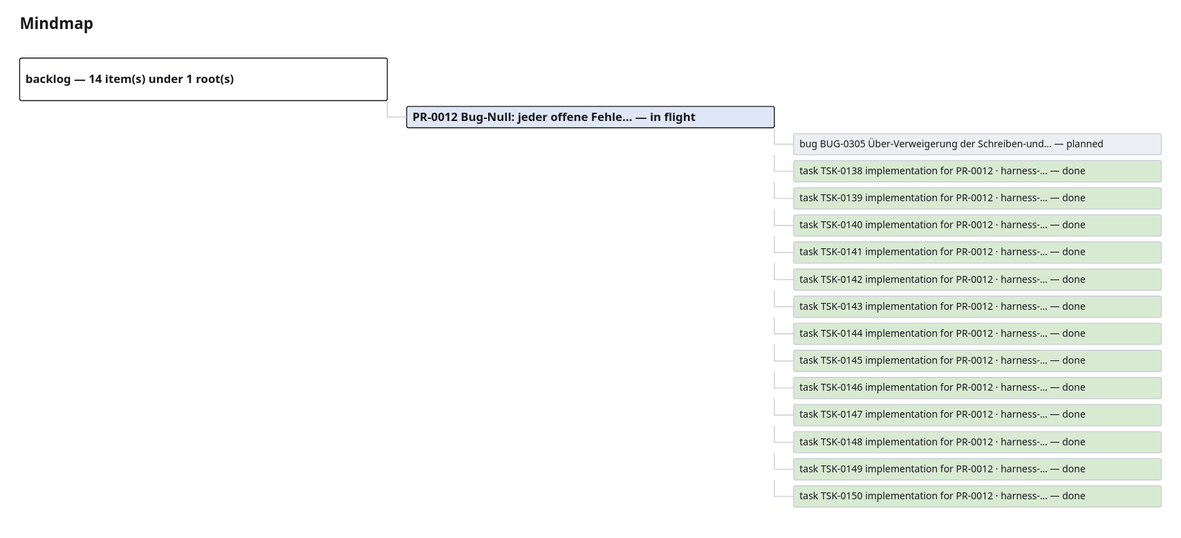
This is project_memory/generated/mindmap.drawio.svg from GiaZenX/harness, a draw.io export, as it was before one commit. Source tidied: cells renumbered, new cells last; positions are measured from the earlier drawing's top-left corner, leaving out a move shared by most shapes.
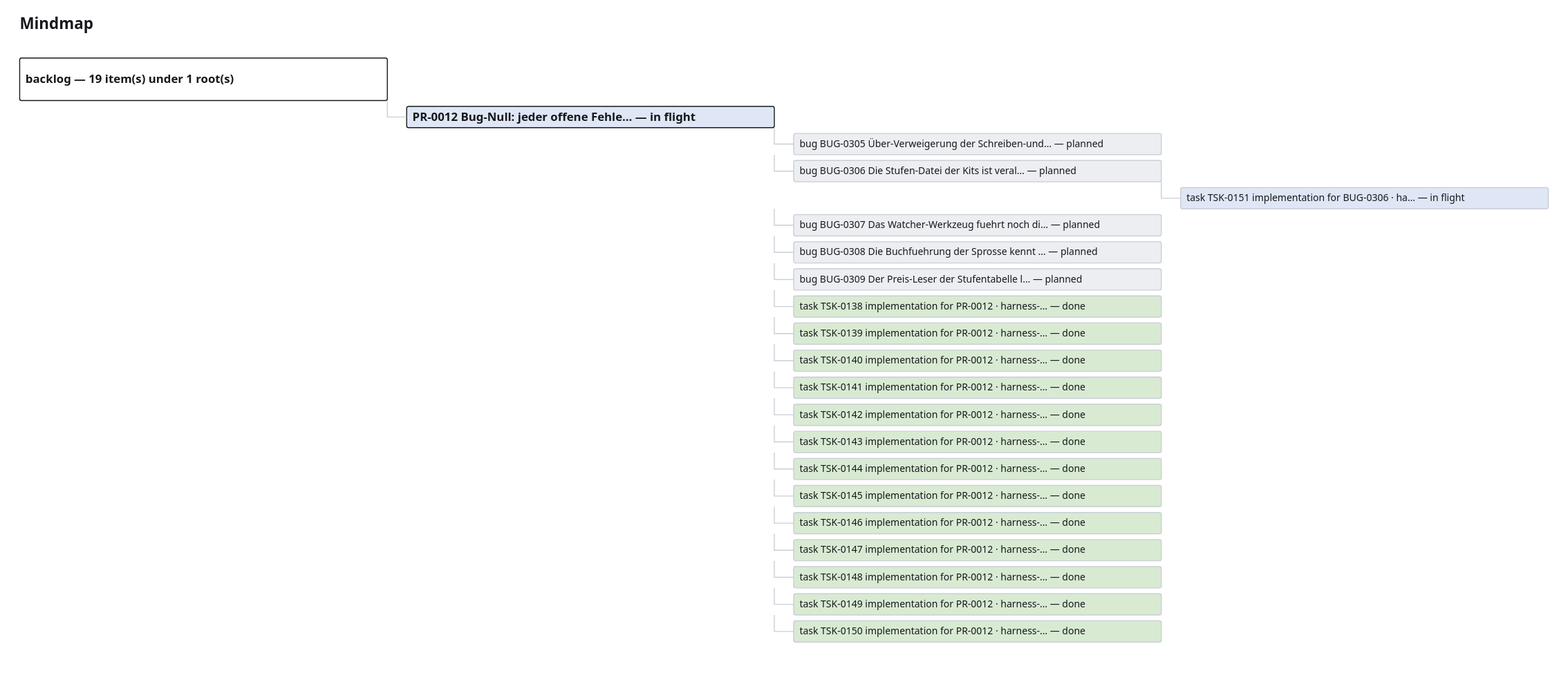
The same file after the commit.

Diff of the diagram source:
```diff
@@ -5,7 +5,7 @@
     <mxCell id="2" value="Mindmap" style="text;html=1;fontSize=16;fontStyle=1;" parent="1" vertex="1">
       <mxGeometry width="300" height="20" as="geometry" />
     </mxCell>
-    <mxCell id="3" value="backlog — 14 item(s) under 1 root(s)" style="rounded=1;whiteSpace=wrap;html=1;fillColor=#ffffff;strokeColor=#16181c;fontSize=12;fontStyle=1;" parent="1" vertex="1">
+    <mxCell id="3" value="backlog — 19 item(s) under 1 root(s)" style="rounded=1;whiteSpace=wrap;html=1;fillColor=#ffffff;strokeColor=#16181c;fontSize=12;fontStyle=1;" parent="1" vertex="1">
       <mxGeometry y="44" width="380" height="44" as="geometry" />
     </mxCell>
     <mxCell id="4" value="PR-0012 Bug-Null: jeder offene Fehle… — in flight" style="rounded=1;whiteSpace=wrap;html=1;fillColor=#dfe6f5;strokeColor=#16181c;fontSize=12;fontStyle=1;" parent="1" vertex="1">
@@ -20,83 +20,113 @@
     <mxCell id="7" style="edgeStyle=orthogonalEdgeStyle;endArrow=none;strokeColor=#c9ced6;" parent="1" edge="1" source="4" target="6">
       <mxGeometry relative="1" as="geometry" />
     </mxCell>
-    <mxCell id="8" value="task TSK-0138 implementation for PR-0012 · harness-… — done" style="rounded=1;whiteSpace=wrap;html=1;fillColor=#d9ead3;strokeColor=#c9ced6;fontSize=10;" parent="1" vertex="1">
+    <mxCell id="8" value="bug BUG-0306 Die Stufen-Datei der Kits ist veral… — planned" style="rounded=1;whiteSpace=wrap;html=1;fillColor=#eceef1;strokeColor=#c9ced6;fontSize=10;" parent="1" vertex="1">
       <mxGeometry x="800" y="150" width="380" height="22" as="geometry" />
     </mxCell>
     <mxCell id="9" style="edgeStyle=orthogonalEdgeStyle;endArrow=none;strokeColor=#c9ced6;" parent="1" edge="1" source="4" target="8">
       <mxGeometry relative="1" as="geometry" />
     </mxCell>
-    <mxCell id="10" value="task TSK-0139 implementation for PR-0012 · harness-… — done" style="rounded=1;whiteSpace=wrap;html=1;fillColor=#d9ead3;strokeColor=#c9ced6;fontSize=10;" parent="1" vertex="1">
-      <mxGeometry x="800" y="178" width="380" height="22" as="geometry" />
+    <mxCell id="10" value="task TSK-0151 implementation for BUG-0306 · ha… — in flight" style="rounded=1;whiteSpace=wrap;html=1;fillColor=#dfe6f5;strokeColor=#c9ced6;fontSize=10;" parent="1" vertex="1">
+      <mxGeometry x="1200" y="178" width="380" height="22" as="geometry" />
     </mxCell>
-    <mxCell id="11" style="edgeStyle=orthogonalEdgeStyle;endArrow=none;strokeColor=#c9ced6;" parent="1" edge="1" source="4" target="10">
+    <mxCell id="11" style="edgeStyle=orthogonalEdgeStyle;endArrow=none;strokeColor=#c9ced6;" parent="1" edge="1" source="8" target="10">
       <mxGeometry relative="1" as="geometry" />
     </mxCell>
-    <mxCell id="12" value="task TSK-0140 implementation for PR-0012 · harness-… — done" style="rounded=1;whiteSpace=wrap;html=1;fillColor=#d9ead3;strokeColor=#c9ced6;fontSize=10;" parent="1" vertex="1">
+    <mxCell id="12" value="bug BUG-0307 Das Watcher-Werkzeug fuehrt noch di… — planned" style="rounded=1;whiteSpace=wrap;html=1;fillColor=#eceef1;strokeColor=#c9ced6;fontSize=10;" parent="1" vertex="1">
       <mxGeometry x="800" y="206" width="380" height="22" as="geometry" />
     </mxCell>
     <mxCell id="13" style="edgeStyle=orthogonalEdgeStyle;endArrow=none;strokeColor=#c9ced6;" parent="1" edge="1" source="4" target="12">
       <mxGeometry relative="1" as="geometry" />
     </mxCell>
-    <mxCell id="14" value="task TSK-0141 implementation for PR-0012 · harness-… — done" style="rounded=1;whiteSpace=wrap;html=1;fillColor=#d9ead3;strokeColor=#c9ced6;fontSize=10;" parent="1" vertex="1">
+    <mxCell id="14" value="bug BUG-0308 Die Buchfuehrung der Sprosse kennt … — planned" style="rounded=1;whiteSpace=wrap;html=1;fillColor=#eceef1;strokeColor=#c9ced6;fontSize=10;" parent="1" vertex="1">
       <mxGeometry x="800" y="234" width="380" height="22" as="geometry" />
     </mxCell>
     <mxCell id="15" style="edgeStyle=orthogonalEdgeStyle;endArrow=none;strokeColor=#c9ced6;" parent="1" edge="1" source="4" target="14">
       <mxGeometry relative="1" as="geometry" />
     </mxCell>
-    <mxCell id="16" value="task TSK-0142 implementation for PR-0012 · harness-… — done" style="rounded=1;whiteSpace=wrap;html=1;fillColor=#d9ead3;strokeColor=#c9ced6;fontSize=10;" parent="1" vertex="1">
+    <mxCell id="16" value="bug BUG-0309 Der Preis-Leser der Stufentabelle l… — planned" style="rounded=1;whiteSpace=wrap;html=1;fillColor=#eceef1;strokeColor=#c9ced6;fontSize=10;" parent="1" vertex="1">
       <mxGeometry x="800" y="262" width="380" height="22" as="geometry" />
     </mxCell>
     <mxCell id="17" style="edgeStyle=orthogonalEdgeStyle;endArrow=none;strokeColor=#c9ced6;" parent="1" edge="1" source="4" target="16">
       <mxGeometry relative="1" as="geometry" />
     </mxCell>
-    <mxCell id="18" value="task TSK-0143 implementation for PR-0012 · harness-… — done" style="rounded=1;whiteSpace=wrap;html=1;fillColor=#d9ead3;strokeColor=#c9ced6;fontSize=10;" parent="1" vertex="1">
+    <mxCell id="18" value="task TSK-0138 implementation for PR-0012 · harness-… — done" style="rounded=1;whiteSpace=wrap;html=1;fillColor=#d9ead3;strokeColor=#c9ced6;fontSize=10;" parent="1" vertex="1">
       <mxGeometry x="800" y="290" width="380" height="22" as="geometry" />
     </mxCell>
     <mxCell id="19" style="edgeStyle=orthogonalEdgeStyle;endArrow=none;strokeColor=#c9ced6;" parent="1" edge="1" source="4" target="18">
       <mxGeometry relative="1" as="geometry" />
     </mxCell>
-    <mxCell id="20" value="task TSK-0144 implementation for PR-0012 · harness-… — done" style="rounded=1;whiteSpace=wrap;html=1;fillColor=#d9ead3;strokeColor=#c9ced6;fontSize=10;" parent="1" vertex="1">
+    <mxCell id="20" value="task TSK-0139 implementation for PR-0012 · harness-… — done" style="rounded=1;whiteSpace=wrap;html=1;fillColor=#d9ead3;strokeColor=#c9ced6;fontSize=10;" parent="1" vertex="1">
       <mxGeometry x="800" y="318" width="380" height="22" as="geometry" />
     </mxCell>
     <mxCell id="21" style="edgeStyle=orthogonalEdgeStyle;endArrow=none;strokeColor=#c9ced6;" parent="1" edge="1" source="4" target="20">
       <mxGeometry relative="1" as="geometry" />
     </mxCell>
-    <mxCell id="22" value="task TSK-0145 implementation for PR-0012 · harness-… — done" style="rounded=1;whiteSpace=wrap;html=1;fillColor=#d9ead3;strokeColor=#c9ced6;fontSize=10;" parent="1" vertex="1">
+    <mxCell id="22" value="task TSK-0140 implementation for PR-0012 · harness-… — done" style="rounded=1;whiteSpace=wrap;html=1;fillColor=#d9ead3;strokeColor=#c9ced6;fontSize=10;" parent="1" vertex="1">
       <mxGeometry x="800" y="346" width="380" height="22" as="geometry" />
     </mxCell>
     <mxCell id="23" style="edgeStyle=orthogonalEdgeStyle;endArrow=none;strokeColor=#c9ced6;" parent="1" edge="1" source="4" target="22">
       <mxGeometry relative="1" as="geometry" />
     </mxCell>
-    <mxCell id="24" value="task TSK-0146 implementation for PR-0012 · harness-… — done" style="rounded=1;whiteSpace=wrap;html=1;fillColor=#d9ead3;strokeColor=#c9ced6;fontSize=10;" parent="1" vertex="1">
+    <mxCell id="24" value="task TSK-0141 implementation for PR-0012 · harness-… — done" style="rounded=1;whiteSpace=wrap;html=1;fillColor=#d9ead3;strokeColor=#c9ced6;fontSize=10;" parent="1" vertex="1">
       <mxGeometry x="800" y="374" width="380" height="22" as="geometry" />
     </mxCell>
     <mxCell id="25" style="edgeStyle=orthogonalEdgeStyle;endArrow=none;strokeColor=#c9ced6;" parent="1" edge="1" source="4" target="24">
       <mxGeometry relative="1" as="geometry" />
     </mxCell>
-    <mxCell id="26" value="task TSK-0147 implementation for PR-0012 · harness-… — done" style="rounded=1;whiteSpace=wrap;html=1;fillColor=#d9ead3;strokeColor=#c9ced6;fontSize=10;" parent="1" vertex="1">
+    <mxCell id="26" value="task TSK-0142 implementation for PR-0012 · harness-… — done" style="rounded=1;whiteSpace=wrap;html=1;fillColor=#d9ead3;strokeColor=#c9ced6;fontSize=10;" parent="1" vertex="1">
       <mxGeometry x="800" y="402" width="380" height="22" as="geometry" />
     </mxCell>
     <mxCell id="27" style="edgeStyle=orthogonalEdgeStyle;endArrow=none;strokeColor=#c9ced6;" parent="1" edge="1" source="4" target="26">
       <mxGeometry relative="1" as="geometry" />
     </mxCell>
-    <mxCell id="28" value="task TSK-0148 implementation for PR-0012 · harness-… — done" style="rounded=1;whiteSpace=wrap;html=1;fillColor=#d9ead3;strokeColor=#c9ced6;fontSize=10;" parent="1" vertex="1">
+    <mxCell id="28" value="task TSK-0143 implementation for PR-0012 · harness-… — done" style="rounded=1;whiteSpace=wrap;html=1;fillColor=#d9ead3;strokeColor=#c9ced6;fontSize=10;" parent="1" vertex="1">
       <mxGeometry x="800" y="430" width="380" height="22" as="geometry" />
     </mxCell>
     <mxCell id="29" style="edgeStyle=orthogonalEdgeStyle;endArrow=none;strokeColor=#c9ced6;" parent="1" edge="1" source="4" target="28">
       <mxGeometry relative="1" as="geometry" />
     </mxCell>
-    <mxCell id="30" value="task TSK-0149 implementation for PR-0012 · harness-… — done" style="rounded=1;whiteSpace=wrap;html=1;fillColor=#d9ead3;strokeColor=#c9ced6;fontSize=10;" parent="1" vertex="1">
+    <mxCell id="30" value="task TSK-0144 implementation for PR-0012 · harness-… — done" style="rounded=1;whiteSpace=wrap;html=1;fillColor=#d9ead3;strokeColor=#c9ced6;fontSize=10;" parent="1" vertex="1">
       <mxGeometry x="800" y="458" width="380" height="22" as="geometry" />
     </mxCell>
     <mxCell id="31" style="edgeStyle=orthogonalEdgeStyle;endArrow=none;strokeColor=#c9ced6;" parent="1" edge="1" source="4" target="30">
       <mxGeometry relative="1" as="geometry" />
     </mxCell>
-    <mxCell id="32" value="task TSK-0150 implementation for PR-0012 · harness-… — done" style="rounded=1;whiteSpace=wrap;html=1;fillColor=#d9ead3;strokeColor=#c9ced6;fontSize=10;" parent="1" vertex="1">
+    <mxCell id="32" value="task TSK-0145 implementation for PR-0012 · harness-… — done" style="rounded=1;whiteSpace=wrap;html=1;fillColor=#d9ead3;strokeColor=#c9ced6;fontSize=10;" parent="1" vertex="1">
       <mxGeometry x="800" y="486" width="380" height="22" as="geometry" />
     </mxCell>
     <mxCell id="33" style="edgeStyle=orthogonalEdgeStyle;endArrow=none;strokeColor=#c9ced6;" parent="1" edge="1" source="4" target="32">
       <mxGeometry relative="1" as="geometry" />
     </mxCell>
+    <mxCell id="34" value="task TSK-0146 implementation for PR-0012 · harness-… — done" style="rounded=1;whiteSpace=wrap;html=1;fillColor=#d9ead3;strokeColor=#c9ced6;fontSize=10;" parent="1" vertex="1">
+      <mxGeometry x="800" y="514" width="380" height="22" as="geometry" />
+    </mxCell>
+    <mxCell id="35" style="edgeStyle=orthogonalEdgeStyle;endArrow=none;strokeColor=#c9ced6;" parent="1" edge="1" source="4" target="34">
+      <mxGeometry relative="1" as="geometry" />
+    </mxCell>
+    <mxCell id="36" value="task TSK-0147 implementation for PR-0012 · harness-… — done" style="rounded=1;whiteSpace=wrap;html=1;fillColor=#d9ead3;strokeColor=#c9ced6;fontSize=10;" parent="1" vertex="1">
+      <mxGeometry x="800" y="542" width="380" height="22" as="geometry" />
+    </mxCell>
+    <mxCell id="37" style="edgeStyle=orthogonalEdgeStyle;endArrow=none;strokeColor=#c9ced6;" parent="1" edge="1" source="4" target="36">
+      <mxGeometry relative="1" as="geometry" />
+    </mxCell>
+    <mxCell id="38" value="task TSK-0148 implementation for PR-0012 · harness-… — done" style="rounded=1;whiteSpace=wrap;html=1;fillColor=#d9ead3;strokeColor=#c9ced6;fontSize=10;" parent="1" vertex="1">
+      <mxGeometry x="800" y="570" width="380" height="22" as="geometry" />
+    </mxCell>
+    <mxCell id="39" style="edgeStyle=orthogonalEdgeStyle;endArrow=none;strokeColor=#c9ced6;" parent="1" edge="1" source="4" target="38">
+      <mxGeometry relative="1" as="geometry" />
+    </mxCell>
+    <mxCell id="40" value="task TSK-0149 implementation for PR-0012 · harness-… — done" style="rounded=1;whiteSpace=wrap;html=1;fillColor=#d9ead3;strokeColor=#c9ced6;fontSize=10;" parent="1" vertex="1">
+      <mxGeometry x="800" y="598" width="380" height="22" as="geometry" />
+    </mxCell>
+    <mxCell id="41" style="edgeStyle=orthogonalEdgeStyle;endArrow=none;strokeColor=#c9ced6;" parent="1" edge="1" source="4" target="40">
+      <mxGeometry relative="1" as="geometry" />
+    </mxCell>
+    <mxCell id="42" value="task TSK-0150 implementation for PR-0012 · harness-… — done" style="rounded=1;whiteSpace=wrap;html=1;fillColor=#d9ead3;strokeColor=#c9ced6;fontSize=10;" parent="1" vertex="1">
+      <mxGeometry x="800" y="626" width="380" height="22" as="geometry" />
+    </mxCell>
+    <mxCell id="43" style="edgeStyle=orthogonalEdgeStyle;endArrow=none;strokeColor=#c9ced6;" parent="1" edge="1" source="4" target="42">
+      <mxGeometry relative="1" as="geometry" />
+    </mxCell>
   </root>
 </mxGraphModel>
```
